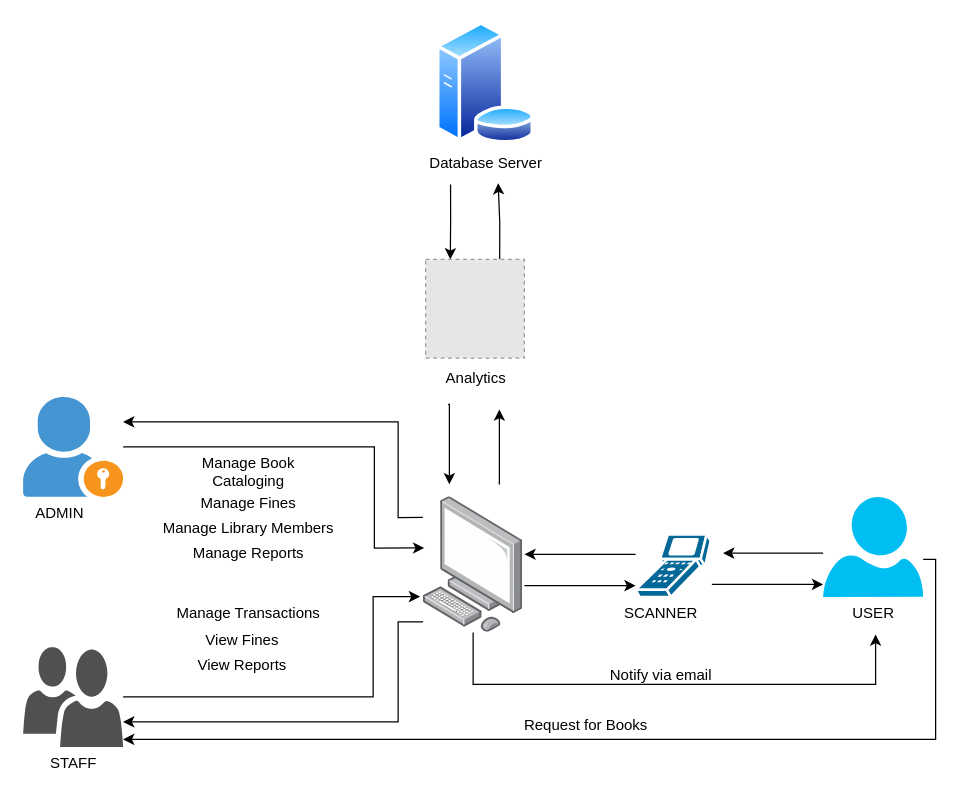
Earlier version of the draw.io diagram op.drawio (Jayrou12345/Flowchart). Source tidied: cells renumbered, new cells numbered last; positions are measured from the earlier drawing's top-left corner, leaving out a move shared by most shapes. Both pictures are drawn from the tidied source at 125%, with x=0, y=0 at pixel (21, 21). Pictures stored in the file or linked from it are replaced by grey dashed boxes.
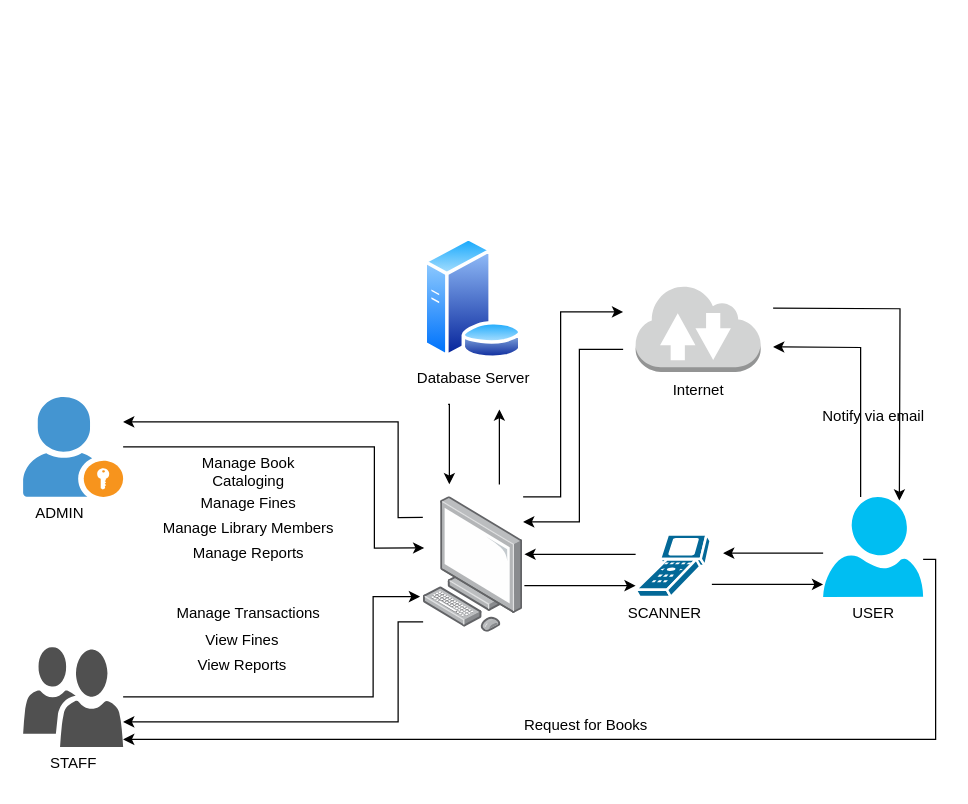
The same page after the edit.

Unchanged cells that the change refers to:
```xml
<mxCell id="4" style="image;points=[];html=1;align=center;shadow=0;dashed=0;image=img/lib/allied_telesis/computer_and_terminals/Personal_Computer.svg;" parent="1" vertex="1">
  <mxGeometry x="321" y="380" width="80" height="108.4" as="geometry" />
</mxCell>
<mxCell id="23" style="verticalLabelPosition=bottom;html=1;verticalAlign=top;align=center;strokeColor=none;fillColor=#00BEF2;shape=mxgraph.azure.user;" parent="1" vertex="1">
  <mxGeometry x="641" y="380" width="80" height="80" as="geometry" />
</mxCell>
<mxCell id="27" value="USER" style="text;html=1;align=center;verticalAlign=middle;points=[];strokeColor=none;fillColor=none;" parent="1" vertex="1">
  <mxGeometry x="651" y="458" width="60" height="30" as="geometry" />
</mxCell>
```

Change to the diagram source:
```diff
@@
-    <mxCell id="18" style="edgeStyle=orthogonalEdgeStyle;rounded=0;jettySize=auto;html=1;exitX=0.245;exitY=1.081;exitDx=0;exitDy=0;entryX=0.25;entryY=0;entryDx=0;entryDy=0;exitPerimeter=0;" parent="1" edge="1" source="35" target="20">
-      <mxGeometry relative="1" as="geometry" />
-    </mxCell>
-    <mxCell id="19" style="edgeStyle=orthogonalEdgeStyle;rounded=0;jettySize=auto;html=1;exitX=0.75;exitY=0;exitDx=0;exitDy=0;" parent="1" edge="1" source="20">
-      <mxGeometry relative="1" as="geometry">
-        <mxPoint x="381" y="129" as="targetPoint" />
-      </mxGeometry>
-    </mxCell>
-    <mxCell id="20" style="fillColor=#E6E6E6;strokeColor=#999999;dashed=1;html=1;verticalAlign=top;verticalLabelPosition=bottom;labelBackgroundColor=#ffffff;" parent="1" vertex="1">
-      <mxGeometry x="323" y="190" width="79" height="79" as="geometry" />
-    </mxCell>
@@
     <mxCell id="26" value="SCANNER&lt;br&gt;" style="text;html=1;align=center;verticalAlign=middle;strokeColor=none;fillColor=none;" parent="1" vertex="1">
-      <mxGeometry x="471" y="458" width="80" height="30" as="geometry" />
+      <mxGeometry x="474" y="458" width="80" height="30" as="geometry" />
     </mxCell>
@@
     <mxCell id="33" style="image;perimeter=ellipsePerimeter;html=1;align=center;shadow=0;dashed=0;spacingTop=3;image=img/lib/active_directory/database_server.svg;" parent="1" vertex="1">
-      <mxGeometry x="331" width="80" height="97.6" as="geometry" />
+      <mxGeometry x="321" y="172.4" width="80" height="97.6" as="geometry" />
     </mxCell>
-    <mxCell id="34" value="Analytics" style="text;html=1;align=center;verticalAlign=middle;strokeColor=none;fillColor=none;" parent="1" vertex="1">
-      <mxGeometry x="327.5" y="270" width="70" height="30" as="geometry" />
-    </mxCell>
     <mxCell id="35" value="Database Server" style="text;html=1;align=center;verticalAlign=middle;points=[];strokeColor=none;fillColor=none;" parent="1" vertex="1">
-      <mxGeometry x="316" y="97.6" width="110" height="30" as="geometry" />
+      <mxGeometry x="306" y="270" width="110" height="30" as="geometry" />
     </mxCell>
-    <mxCell id="36" style="edgeStyle=orthogonalEdgeStyle;rounded=0;jettySize=auto;html=1;entryX=0.533;entryY=1.067;entryDx=0;entryDy=0;entryPerimeter=0;" parent="1" edge="1" source="4" target="27">
-      <mxGeometry relative="1" as="geometry">
-        <Array as="points">
-          <mxPoint x="361" y="530" />
-          <mxPoint x="683" y="530" />
-        </Array>
-      </mxGeometry>
-    </mxCell>
     <mxCell id="37" value="Notify via email" style="text;html=1;align=center;verticalAlign=middle;strokeColor=none;fillColor=none;" parent="1" vertex="1">
-      <mxGeometry x="461" y="508" width="100" height="30" as="geometry" />
+      <mxGeometry x="631" y="301" width="100" height="30" as="geometry" />
     </mxCell>
+    <mxCell id="38" style="dashed=0;verticalLabelPosition=bottom;verticalAlign=top;align=center;html=1;shape=mxgraph.aws3.internet_2;fillColor=#D2D3D3;gradientColor=none;" parent="1" vertex="1">
+      <mxGeometry x="491" y="210" width="100" height="70" as="geometry" />
+    </mxCell>
+    <mxCell id="39" style="edgeStyle=orthogonalEdgeStyle;rounded=0;orthogonalLoop=1;jettySize=auto;html=1;endArrow=none;endFill=0;startArrow=classic;startFill=1;" parent="1" edge="1">
+      <mxGeometry relative="1" as="geometry">
+        <mxPoint x="481" y="232" as="sourcePoint" />
+        <mxPoint x="401" y="380" as="targetPoint" />
+        <Array as="points">
+          <mxPoint x="431" y="232" />
+          <mxPoint x="431" y="380" />
+          <mxPoint x="401" y="380" />
+        </Array>
+      </mxGeometry>
+    </mxCell>
+    <mxCell id="40" style="edgeStyle=orthogonalEdgeStyle;rounded=0;orthogonalLoop=1;jettySize=auto;html=1;" parent="1" edge="1">
+      <mxGeometry relative="1" as="geometry">
+        <mxPoint x="481" y="262" as="sourcePoint" />
+        <mxPoint x="401" y="400" as="targetPoint" />
+        <Array as="points">
+          <mxPoint x="446" y="262" />
+          <mxPoint x="446" y="400" />
+          <mxPoint x="401" y="400" />
+        </Array>
+      </mxGeometry>
+    </mxCell>
+    <mxCell id="41" style="edgeStyle=orthogonalEdgeStyle;rounded=0;orthogonalLoop=1;jettySize=auto;html=1;" parent="1" edge="1">
+      <mxGeometry relative="1" as="geometry">
+        <mxPoint x="601" y="229" as="sourcePoint" />
+        <mxPoint x="702" y="383" as="targetPoint" />
+      </mxGeometry>
+    </mxCell>
+    <mxCell id="42" style="edgeStyle=orthogonalEdgeStyle;rounded=0;jettySize=auto;html=1;entryX=0.375;entryY=0;entryDx=0;entryDy=0;entryPerimeter=0;startArrow=classic;startFill=1;endArrow=none;endFill=0;" parent="1" edge="1" target="23">
+      <mxGeometry relative="1" as="geometry">
+        <mxPoint x="601" y="260" as="sourcePoint" />
+      </mxGeometry>
+    </mxCell>
+    <mxCell id="43" value="Internet" style="text;html=1;align=center;verticalAlign=middle;strokeColor=none;fillColor=none;" parent="1" vertex="1">
+      <mxGeometry x="511" y="280" width="60" height="30" as="geometry" />
+    </mxCell>
```
